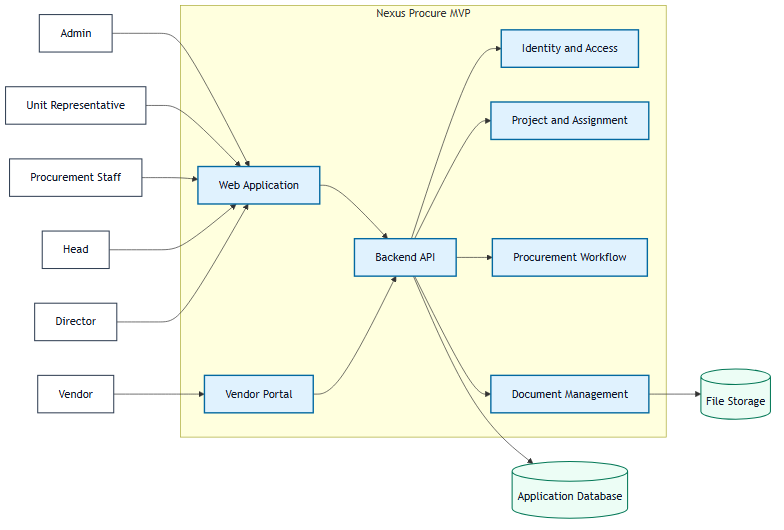
Earlier version of the Mermaid export report-diagrams/01-system-context.png (capmoo-capstone/report). Its source is kept beside it as report-diagrams/01-system-context.mmd.
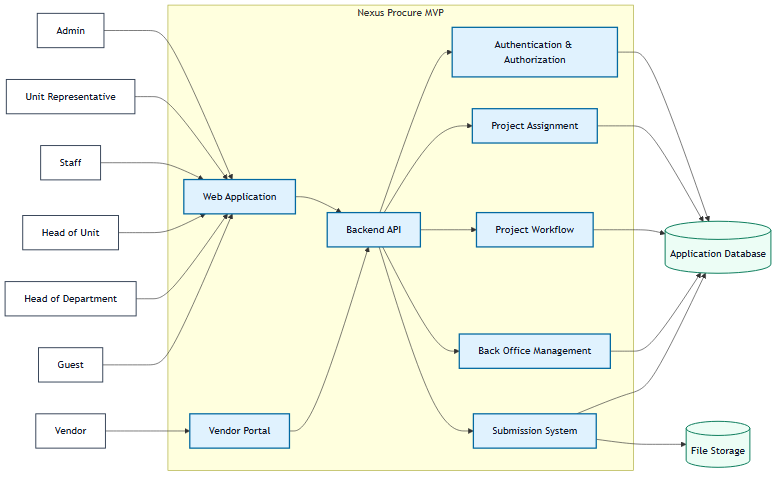
After the change.

What changed in the source:
```diff
@@ -6,19 +6,21 @@
 
     Admin["Admin"]:::actor
     UnitRep["Unit Representative"]:::actor
-    Staff["Procurement Staff"]:::actor
-    Head["Head"]:::actor
-    Director["Director"]:::actor
+    Staff["Staff"]:::actor
+    Head["Head of Unit"]:::actor
+    Director["Head of Department"]:::actor
+    Guest["Guest"]:::actor
     Vendor["Vendor"]:::actor
 
     subgraph Boundary["Nexus Procure MVP"]
         App["Web Application"]:::system
         API["Backend API"]:::system
-        Auth["Identity and Access"]:::system
-        Project["Project and Assignment"]:::system
-        Workflow["Procurement Workflow"]:::system
-        Documents["Document Management"]:::system
+        Auth["Authentication & Authorization"]:::system
+        Assignment["Project Assignment"]:::system
+        Workflow["Project Workflow"]:::system
+        Submission["Submission System"]:::system
         VendorPortal["Vendor Portal"]:::system
+        BackOffice["Back Office Management"]:::system
     end
 
     DB[("Application Database")]:::storage
@@ -29,13 +31,21 @@
     Staff --> App
     Head --> App
     Director --> App
+    Guest --> App
     Vendor --> VendorPortal
 
     App --> API
     VendorPortal --> API
     API --> Auth
-    API --> Project
+    API --> Assignment
     API --> Workflow
-    API --> Documents
-    API --> DB
-    Documents --> FileStore
+    API --> Submission
+    API --> BackOffice
+
+    Auth --> DB
+    Assignment --> DB
+    Workflow --> DB
+    BackOffice --> DB
+    Submission --> DB
+
+    Submission --> FileStore
```
